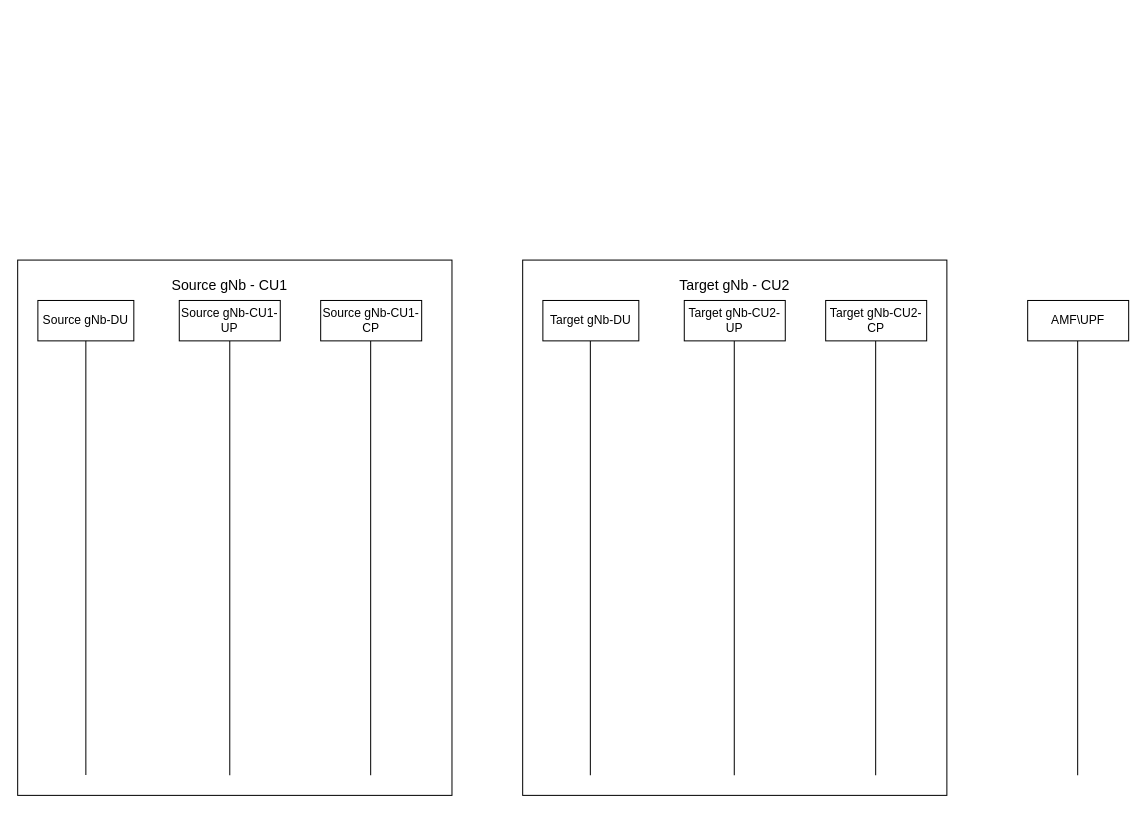
This is Inter_CU_Handover.drawio from fzybot/draw_io_schemes, a draw.io file, before an edit. Source tidied: cells renumbered, new cells numbered last; positions are measured from the earlier drawing's top-left corner, leaving out a move shared by most shapes. Both pictures are drawn from the tidied source at 101%, with x=0, y=0 at pixel (17, 260).
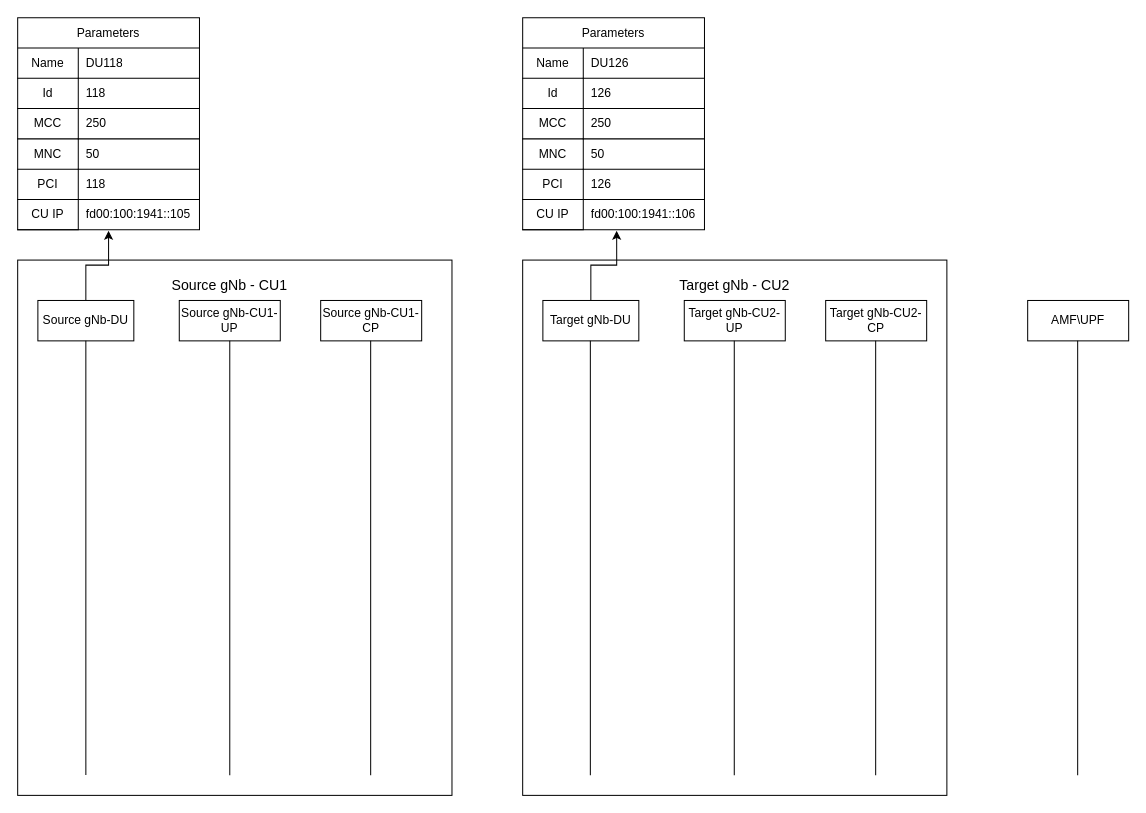
After the change.

Unchanged cells that the change refers to:
```xml
<mxCell id="6" value="Source gNb-DU" style="rounded=0;whiteSpace=wrap;html=1;" parent="1" vertex="1">
  <mxGeometry x="20" y="40" width="95" height="40" as="geometry" />
</mxCell>
<mxCell id="9" value="Target gNb-DU" style="rounded=0;whiteSpace=wrap;html=1;" parent="1" vertex="1">
  <mxGeometry x="520" y="40" width="95" height="40" as="geometry" />
</mxCell>
```

Diff of the diagram source:
```diff
@@
+    <mxCell id="20" style="edgeStyle=orthogonalEdgeStyle;rounded=0;jettySize=auto;html=1;entryX=0.5;entryY=1.033;entryDx=0;entryDy=0;entryPerimeter=0;" parent="1" edge="1" source="6" target="38">
+      <mxGeometry relative="1" as="geometry" />
+    </mxCell>
@@
+    <mxCell id="21" style="edgeStyle=orthogonalEdgeStyle;rounded=0;jettySize=auto;html=1;entryX=0.517;entryY=1.033;entryDx=0;entryDy=0;entryPerimeter=0;" parent="1" edge="1" source="9" target="57">
+      <mxGeometry relative="1" as="geometry" />
+    </mxCell>
@@
+    <mxCell id="22" value="Parameters" style="shape=table;startSize=30;childLayout=tableLayout;rowLines=0;fontStyle=0;strokeColor=default;fontSize=12;labelBorderColor=none;" parent="1" vertex="1">
+      <mxGeometry y="-240" width="180" height="210" as="geometry" />
+    </mxCell>
+    <mxCell id="23" style="shape=tableRow;horizontal=0;startSize=0;swimlaneHead=0;swimlaneBody=0;top=0;left=0;bottom=0;right=0;fillColor=none;strokeColor=inherit;fontSize=12;" parent="22" vertex="1">
+      <mxGeometry y="30" width="180" height="30" as="geometry" />
+    </mxCell>
+    <mxCell id="24" value="Name" style="shape=partialRectangle;html=1;whiteSpace=wrap;fillColor=none;top=0;left=0;bottom=0;right=0;overflow=hidden;strokeColor=inherit;fontSize=12;" parent="23" vertex="1">
+      <mxGeometry width="60" height="30" as="geometry" />
+    </mxCell>
+    <mxCell id="25" value="DU118" style="shape=partialRectangle;html=1;whiteSpace=wrap;fillColor=none;top=0;left=0;bottom=0;right=0;align=left;spacingLeft=6;overflow=hidden;strokeColor=inherit;fontSize=12;" parent="23" vertex="1">
+      <mxGeometry x="60" width="120" height="30" as="geometry" />
+    </mxCell>
+    <mxCell id="26" style="shape=tableRow;horizontal=0;startSize=0;swimlaneHead=0;swimlaneBody=0;top=0;left=0;bottom=0;right=0;fillColor=none;strokeColor=inherit;fontSize=12;" parent="22" vertex="1">
+      <mxGeometry y="60" width="180" height="30" as="geometry" />
+    </mxCell>
+    <mxCell id="27" value="Id" style="shape=partialRectangle;html=1;whiteSpace=wrap;fillColor=none;top=1;left=0;bottom=1;right=0;overflow=hidden;strokeColor=inherit;fontSize=12;labelBorderColor=none;shadow=0;" parent="26" vertex="1">
+      <mxGeometry width="60" height="30" as="geometry" />
+    </mxCell>
+    <mxCell id="28" value="118" style="shape=partialRectangle;html=1;whiteSpace=wrap;fillColor=none;top=1;left=0;bottom=1;right=0;align=left;spacingLeft=6;overflow=hidden;strokeColor=inherit;fontSize=12;" parent="26" vertex="1">
+      <mxGeometry x="60" width="120" height="30" as="geometry" />
+    </mxCell>
+    <mxCell id="29" style="shape=tableRow;horizontal=0;startSize=0;swimlaneHead=0;swimlaneBody=0;top=0;left=0;bottom=0;right=0;fillColor=none;strokeColor=inherit;fontSize=12;" parent="22" vertex="1">
+      <mxGeometry y="90" width="180" height="30" as="geometry" />
+    </mxCell>
+    <mxCell id="30" value="MCC" style="shape=partialRectangle;html=1;whiteSpace=wrap;fillColor=none;top=0;left=0;bottom=1;right=0;overflow=hidden;strokeColor=inherit;fontSize=12;" parent="29" vertex="1">
+      <mxGeometry width="60" height="30" as="geometry" />
+    </mxCell>
+    <mxCell id="31" value="250" style="shape=partialRectangle;html=1;whiteSpace=wrap;fillColor=none;top=0;left=0;bottom=1;right=0;align=left;spacingLeft=6;overflow=hidden;strokeColor=inherit;fontSize=12;" parent="29" vertex="1">
+      <mxGeometry x="60" width="120" height="30" as="geometry" />
+    </mxCell>
+    <mxCell id="32" style="shape=tableRow;horizontal=0;startSize=0;swimlaneHead=0;swimlaneBody=0;top=0;left=0;bottom=0;right=0;fillColor=none;strokeColor=inherit;fontSize=12;" parent="22" vertex="1">
+      <mxGeometry y="120" width="180" height="30" as="geometry" />
+    </mxCell>
+    <mxCell id="33" value="MNC" style="shape=partialRectangle;html=1;whiteSpace=wrap;fillColor=none;top=0;left=0;bottom=1;right=0;overflow=hidden;strokeColor=inherit;fontSize=12;" parent="32" vertex="1">
+      <mxGeometry width="60" height="30" as="geometry" />
+    </mxCell>
+    <mxCell id="34" value="50" style="shape=partialRectangle;html=1;whiteSpace=wrap;fillColor=none;top=0;left=0;bottom=1;right=0;align=left;spacingLeft=6;overflow=hidden;strokeColor=inherit;fontSize=12;" parent="32" vertex="1">
+      <mxGeometry x="60" width="120" height="30" as="geometry" />
+    </mxCell>
+    <mxCell id="35" style="shape=tableRow;horizontal=0;startSize=0;swimlaneHead=0;swimlaneBody=0;top=0;left=0;bottom=0;right=0;fillColor=none;strokeColor=inherit;fontSize=12;" parent="22" vertex="1">
+      <mxGeometry y="150" width="180" height="30" as="geometry" />
+    </mxCell>
+    <mxCell id="36" value="PCI" style="shape=partialRectangle;html=1;whiteSpace=wrap;fillColor=none;top=0;left=0;bottom=1;right=0;overflow=hidden;strokeColor=inherit;fontSize=12;" parent="35" vertex="1">
+      <mxGeometry width="60" height="30" as="geometry" />
+    </mxCell>
+    <mxCell id="37" value="118" style="shape=partialRectangle;html=1;whiteSpace=wrap;fillColor=none;top=0;left=0;bottom=1;right=0;align=left;spacingLeft=6;overflow=hidden;strokeColor=inherit;fontSize=12;" parent="35" vertex="1">
+      <mxGeometry x="60" width="120" height="30" as="geometry" />
+    </mxCell>
+    <mxCell id="38" style="shape=tableRow;horizontal=0;startSize=0;swimlaneHead=0;swimlaneBody=0;top=0;left=0;bottom=0;right=0;fillColor=none;points=[[0,0.5],[1,0.5]];portConstraint=eastwest;strokeColor=inherit;fontSize=12;" parent="22" vertex="1">
+      <mxGeometry y="180" width="180" height="30" as="geometry" />
+    </mxCell>
+    <mxCell id="39" value="CU IP" style="shape=partialRectangle;html=1;whiteSpace=wrap;fillColor=none;top=0;left=0;bottom=1;right=0;overflow=hidden;strokeColor=inherit;fontSize=12;" parent="38" vertex="1">
+      <mxGeometry width="60" height="30" as="geometry" />
+    </mxCell>
+    <mxCell id="40" value="fd00:100:1941::105" style="shape=partialRectangle;html=1;whiteSpace=wrap;fillColor=none;top=0;left=0;bottom=0;right=0;align=left;spacingLeft=6;overflow=hidden;strokeColor=inherit;fontSize=12;" parent="38" vertex="1">
+      <mxGeometry x="60" width="120" height="30" as="geometry" />
+    </mxCell>
+    <mxCell id="41" value="Parameters" style="shape=table;startSize=30;childLayout=tableLayout;rowLines=0;fontStyle=0;strokeColor=default;fontSize=12;labelBorderColor=none;" parent="1" vertex="1">
+      <mxGeometry x="500" y="-240" width="180" height="210" as="geometry" />
+    </mxCell>
+    <mxCell id="42" style="shape=tableRow;horizontal=0;startSize=0;swimlaneHead=0;swimlaneBody=0;top=0;left=0;bottom=0;right=0;fillColor=none;strokeColor=inherit;fontSize=12;" parent="41" vertex="1">
+      <mxGeometry y="30" width="180" height="30" as="geometry" />
+    </mxCell>
+    <mxCell id="43" value="Name" style="shape=partialRectangle;html=1;whiteSpace=wrap;fillColor=none;top=0;left=0;bottom=0;right=0;overflow=hidden;strokeColor=inherit;fontSize=12;" parent="42" vertex="1">
+      <mxGeometry width="60" height="30" as="geometry" />
+    </mxCell>
+    <mxCell id="44" value="DU126" style="shape=partialRectangle;html=1;whiteSpace=wrap;fillColor=none;top=0;left=0;bottom=0;right=0;align=left;spacingLeft=6;overflow=hidden;strokeColor=inherit;fontSize=12;" parent="42" vertex="1">
+      <mxGeometry x="60" width="120" height="30" as="geometry" />
+    </mxCell>
+    <mxCell id="45" style="shape=tableRow;horizontal=0;startSize=0;swimlaneHead=0;swimlaneBody=0;top=0;left=0;bottom=0;right=0;fillColor=none;strokeColor=inherit;fontSize=12;" parent="41" vertex="1">
+      <mxGeometry y="60" width="180" height="30" as="geometry" />
+    </mxCell>
+    <mxCell id="46" value="Id" style="shape=partialRectangle;html=1;whiteSpace=wrap;fillColor=none;top=1;left=0;bottom=1;right=0;overflow=hidden;strokeColor=inherit;fontSize=12;labelBorderColor=none;shadow=0;" parent="45" vertex="1">
+      <mxGeometry width="60" height="30" as="geometry" />
+    </mxCell>
+    <mxCell id="47" value="126" style="shape=partialRectangle;html=1;whiteSpace=wrap;fillColor=none;top=1;left=0;bottom=1;right=0;align=left;spacingLeft=6;overflow=hidden;strokeColor=inherit;fontSize=12;" parent="45" vertex="1">
+      <mxGeometry x="60" width="120" height="30" as="geometry" />
+    </mxCell>
+    <mxCell id="48" style="shape=tableRow;horizontal=0;startSize=0;swimlaneHead=0;swimlaneBody=0;top=0;left=0;bottom=0;right=0;fillColor=none;strokeColor=inherit;fontSize=12;" parent="41" vertex="1">
+      <mxGeometry y="90" width="180" height="30" as="geometry" />
+    </mxCell>
+    <mxCell id="49" value="MCC" style="shape=partialRectangle;html=1;whiteSpace=wrap;fillColor=none;top=0;left=0;bottom=1;right=0;overflow=hidden;strokeColor=inherit;fontSize=12;" parent="48" vertex="1">
+      <mxGeometry width="60" height="30" as="geometry" />
+    </mxCell>
+    <mxCell id="50" value="250" style="shape=partialRectangle;html=1;whiteSpace=wrap;fillColor=none;top=0;left=0;bottom=1;right=0;align=left;spacingLeft=6;overflow=hidden;strokeColor=inherit;fontSize=12;" parent="48" vertex="1">
+      <mxGeometry x="60" width="120" height="30" as="geometry" />
+    </mxCell>
+    <mxCell id="51" style="shape=tableRow;horizontal=0;startSize=0;swimlaneHead=0;swimlaneBody=0;top=0;left=0;bottom=0;right=0;fillColor=none;strokeColor=inherit;fontSize=12;" parent="41" vertex="1">
+      <mxGeometry y="120" width="180" height="30" as="geometry" />
+    </mxCell>
+    <mxCell id="52" value="MNC" style="shape=partialRectangle;html=1;whiteSpace=wrap;fillColor=none;top=0;left=0;bottom=1;right=0;overflow=hidden;strokeColor=inherit;fontSize=12;" parent="51" vertex="1">
+      <mxGeometry width="60" height="30" as="geometry" />
+    </mxCell>
+    <mxCell id="53" value="50" style="shape=partialRectangle;html=1;whiteSpace=wrap;fillColor=none;top=0;left=0;bottom=1;right=0;align=left;spacingLeft=6;overflow=hidden;strokeColor=inherit;fontSize=12;" parent="51" vertex="1">
+      <mxGeometry x="60" width="120" height="30" as="geometry" />
+    </mxCell>
+    <mxCell id="54" style="shape=tableRow;horizontal=0;startSize=0;swimlaneHead=0;swimlaneBody=0;top=0;left=0;bottom=0;right=0;fillColor=none;strokeColor=inherit;fontSize=12;" parent="41" vertex="1">
+      <mxGeometry y="150" width="180" height="30" as="geometry" />
+    </mxCell>
+    <mxCell id="55" value="PCI" style="shape=partialRectangle;html=1;whiteSpace=wrap;fillColor=none;top=0;left=0;bottom=1;right=0;overflow=hidden;strokeColor=inherit;fontSize=12;" parent="54" vertex="1">
+      <mxGeometry width="60" height="30" as="geometry" />
+    </mxCell>
+    <mxCell id="56" value="126" style="shape=partialRectangle;html=1;whiteSpace=wrap;fillColor=none;top=0;left=0;bottom=1;right=0;align=left;spacingLeft=6;overflow=hidden;strokeColor=inherit;fontSize=12;" parent="54" vertex="1">
+      <mxGeometry x="60" width="120" height="30" as="geometry" />
+    </mxCell>
+    <mxCell id="57" style="shape=tableRow;horizontal=0;startSize=0;swimlaneHead=0;swimlaneBody=0;top=0;left=0;bottom=0;right=0;fillColor=none;points=[[0,0.5],[1,0.5]];portConstraint=eastwest;strokeColor=inherit;fontSize=12;" parent="41" vertex="1">
+      <mxGeometry y="180" width="180" height="30" as="geometry" />
+    </mxCell>
+    <mxCell id="58" value="CU IP" style="shape=partialRectangle;html=1;whiteSpace=wrap;fillColor=none;top=0;left=0;bottom=1;right=0;overflow=hidden;strokeColor=inherit;fontSize=12;" parent="57" vertex="1">
+      <mxGeometry width="60" height="30" as="geometry" />
+    </mxCell>
+    <mxCell id="59" value="fd00:100:1941::106" style="shape=partialRectangle;html=1;whiteSpace=wrap;fillColor=none;top=0;left=0;bottom=0;right=0;align=left;spacingLeft=6;overflow=hidden;strokeColor=inherit;fontSize=12;" parent="57" vertex="1">
+      <mxGeometry x="60" width="120" height="30" as="geometry" />
+    </mxCell>
```
